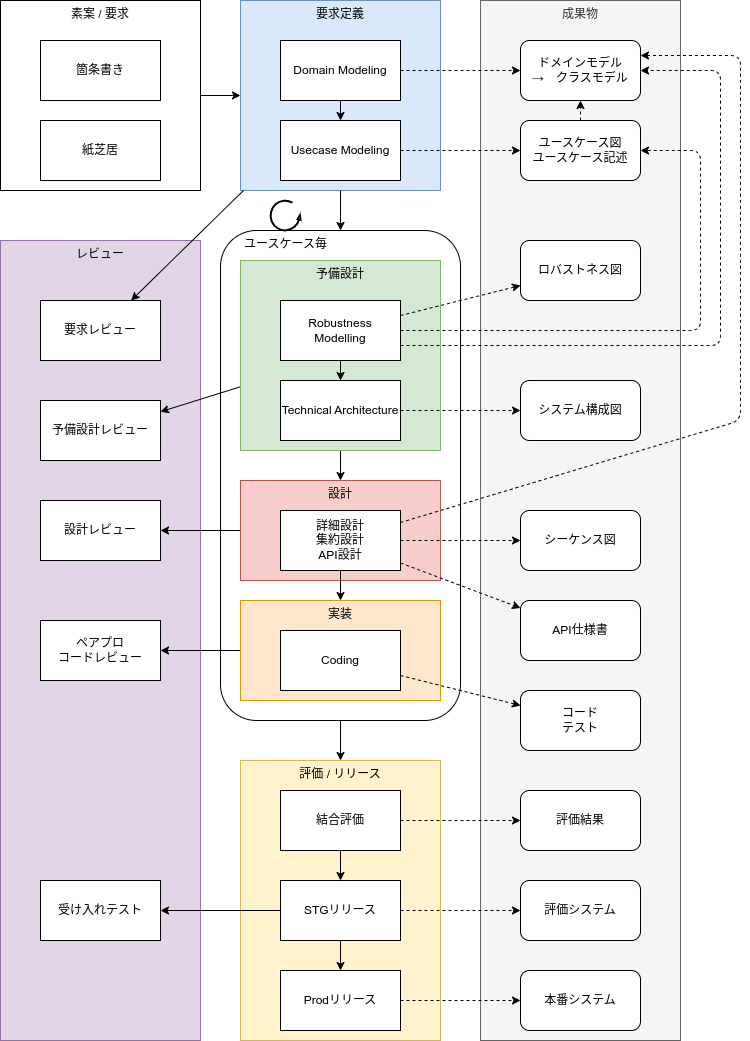
Before: docs/volume/docs/02-iconix/development-strategy-overview.dio.png, a diagram exported from draw.io (ShunsukeNONOMURA/nuxt3-master). Source tidied: cells renumbered, new cells last; positions are measured from the earlier drawing's top-left corner, leaving out a move shared by most shapes.
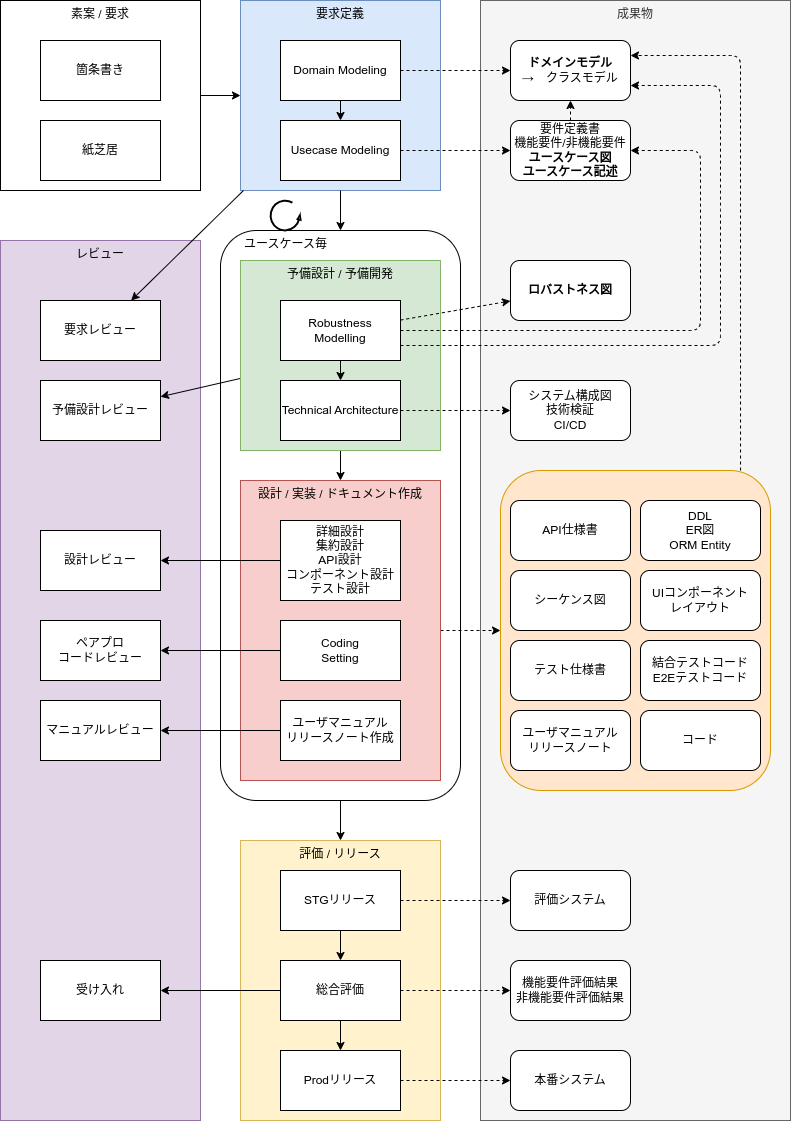
Later version of the same file.

What changed in the source:
```diff
@@ -2,46 +2,49 @@
   <root>
     <mxCell id="0" />
     <mxCell id="1" parent="0" />
+    <mxCell id="10" value="成果物" style="rounded=0;whiteSpace=wrap;html=1;verticalAlign=top;fillColor=#f5f5f5;fontColor=#333333;strokeColor=#666666;" parent="1" vertex="1">
+      <mxGeometry x="480" width="310" height="1120" as="geometry" />
+    </mxCell>
+    <mxCell id="66" style="rounded=1;whiteSpace=wrap;html=1;verticalAlign=top;fillColor=#ffe6cc;strokeColor=#d79b00;" parent="1" vertex="1">
+      <mxGeometry x="500" y="470" width="270" height="320" as="geometry" />
+    </mxCell>
+    <mxCell id="5" style="rounded=1;whiteSpace=wrap;html=1;" parent="1" vertex="1">
+      <mxGeometry x="220" y="230" width="240" height="570" as="geometry" />
+    </mxCell>
+    <mxCell id="67" style="edgeStyle=none;html=1;dashed=1;fontColor=default;" parent="1" edge="1" source="12" target="66">
+      <mxGeometry relative="1" as="geometry" />
+    </mxCell>
+    <mxCell id="12" value="設計 / 実装 / ドキュメント作成" style="rounded=0;whiteSpace=wrap;html=1;verticalAlign=top;fillColor=#f8cecc;strokeColor=#b85450;" parent="1" vertex="1">
+      <mxGeometry x="240" y="480" width="200" height="300" as="geometry" />
+    </mxCell>
     <mxCell id="2" value="評価 / リリース" style="rounded=0;whiteSpace=wrap;html=1;verticalAlign=top;fillColor=#fff2cc;strokeColor=#d6b656;" parent="1" vertex="1">
-      <mxGeometry x="240" y="760" width="200" height="280" as="geometry" />
+      <mxGeometry x="240" y="840" width="200" height="280" as="geometry" />
     </mxCell>
     <mxCell id="3" value="レビュー" style="rounded=0;whiteSpace=wrap;html=1;verticalAlign=top;fillColor=#e1d5e7;strokeColor=#9673a6;" parent="1" vertex="1">
-      <mxGeometry y="240" width="200" height="800" as="geometry" />
+      <mxGeometry y="240" width="200" height="880" as="geometry" />
     </mxCell>
     <mxCell id="4" style="edgeStyle=none;hachureGap=4;html=1;fontFamily=Architects Daughter;fontSource=https%3A%2F%2Ffonts.googleapis.com%2Fcss%3Ffamily%3DArchitects%2BDaughter;fontSize=16;" parent="1" edge="1" source="5" target="2">
       <mxGeometry relative="1" as="geometry" />
     </mxCell>
-    <mxCell id="5" style="rounded=1;whiteSpace=wrap;html=1;" parent="1" vertex="1">
-      <mxGeometry x="220" y="230" width="240" height="490" as="geometry" />
-    </mxCell>
-    <mxCell id="6" style="edgeStyle=none;html=1;startArrow=none;startFill=0;" parent="1" edge="1" source="7" target="46">
+    <mxCell id="6" style="edgeStyle=none;html=1;startArrow=none;startFill=0;" parent="1" edge="1" source="31" target="46">
       <mxGeometry relative="1" as="geometry" />
     </mxCell>
-    <mxCell id="7" value="実装" style="rounded=0;whiteSpace=wrap;html=1;verticalAlign=top;fillColor=#ffe6cc;strokeColor=#d79b00;" parent="1" vertex="1">
-      <mxGeometry x="240" y="600" width="200" height="100" as="geometry" />
-    </mxCell>
     <mxCell id="8" style="edgeStyle=none;html=1;exitX=1;exitY=0.5;exitDx=0;exitDy=0;entryX=0;entryY=0.5;entryDx=0;entryDy=0;" parent="1" edge="1" source="9" target="16">
       <mxGeometry relative="1" as="geometry" />
     </mxCell>
     <mxCell id="9" value="素案 / 要求" style="rounded=0;whiteSpace=wrap;html=1;verticalAlign=top;" parent="1" vertex="1">
       <mxGeometry width="200" height="190" as="geometry" />
     </mxCell>
-    <mxCell id="10" value="成果物" style="rounded=0;whiteSpace=wrap;html=1;verticalAlign=top;fillColor=#f5f5f5;fontColor=#333333;strokeColor=#666666;" parent="1" vertex="1">
-      <mxGeometry x="480" width="200" height="1040" as="geometry" />
-    </mxCell>
-    <mxCell id="11" style="edgeStyle=none;html=1;startArrow=none;startFill=0;" parent="1" edge="1" source="12" target="44">
+    <mxCell id="11" style="edgeStyle=none;html=1;startArrow=none;startFill=0;" parent="1" edge="1" source="39" target="44">
       <mxGeometry relative="1" as="geometry" />
     </mxCell>
-    <mxCell id="12" value="設計" style="rounded=0;whiteSpace=wrap;html=1;verticalAlign=top;fillColor=#f8cecc;strokeColor=#b85450;" parent="1" vertex="1">
-      <mxGeometry x="240" y="480" width="200" height="100" as="geometry" />
-    </mxCell>
     <mxCell id="13" style="edgeStyle=none;html=1;" parent="1" edge="1" source="15" target="12">
       <mxGeometry relative="1" as="geometry" />
     </mxCell>
     <mxCell id="14" style="edgeStyle=none;html=1;startArrow=none;startFill=0;" parent="1" edge="1" source="15" target="43">
       <mxGeometry relative="1" as="geometry" />
     </mxCell>
-    <mxCell id="15" value="予備設計" style="rounded=0;whiteSpace=wrap;html=1;verticalAlign=top;fillColor=#d5e8d4;strokeColor=#82b366;" parent="1" vertex="1">
+    <mxCell id="15" value="予備設計 / 予備開発" style="rounded=0;whiteSpace=wrap;html=1;verticalAlign=top;fillColor=#d5e8d4;strokeColor=#82b366;" parent="1" vertex="1">
       <mxGeometry x="240" y="260" width="200" height="190" as="geometry" />
     </mxCell>
     <mxCell id="16" value="要求定義" style="rounded=0;whiteSpace=wrap;html=1;verticalAlign=top;fillColor=#dae8fc;strokeColor=#6c8ebf;" parent="1" vertex="1">
@@ -82,12 +85,12 @@
         </Array>
       </mxGeometry>
     </mxCell>
-    <mxCell id="26" style="edgeStyle=none;html=1;exitX=1;exitY=0.75;exitDx=0;exitDy=0;dashed=1;" parent="1" edge="1" source="27" target="32">
+    <mxCell id="26" style="edgeStyle=none;html=1;exitX=1;exitY=0.75;exitDx=0;exitDy=0;dashed=1;entryX=1;entryY=0.75;entryDx=0;entryDy=0;" parent="1" edge="1" source="27" target="32">
       <mxGeometry relative="1" as="geometry">
         <Array as="points">
           <mxPoint x="720" y="345" />
           <mxPoint x="720" y="200" />
-          <mxPoint x="720" y="70" />
+          <mxPoint x="720" y="85" />
         </Array>
       </mxGeometry>
     </mxCell>
@@ -100,40 +103,29 @@
     <mxCell id="29" value="Technical Architecture" style="rounded=0;whiteSpace=wrap;html=1;" parent="1" vertex="1">
       <mxGeometry x="280" y="380" width="120" height="60" as="geometry" />
     </mxCell>
-    <mxCell id="30" style="edgeStyle=none;html=1;dashed=1;" parent="1" edge="1" source="31" target="40">
-      <mxGeometry relative="1" as="geometry" />
-    </mxCell>
-    <mxCell id="31" value="Coding" style="rounded=0;whiteSpace=wrap;html=1;" parent="1" vertex="1">
-      <mxGeometry x="280" y="630" width="120" height="60" as="geometry" />
+    <mxCell id="31" value="Coding&lt;br&gt;Setting" style="rounded=0;whiteSpace=wrap;html=1;" parent="1" vertex="1">
+      <mxGeometry x="280" y="620" width="120" height="60" as="geometry" />
     </mxCell>
-    <mxCell id="32" value="ドメインモデル&lt;br&gt;→　クラスモデル" style="rounded=1;whiteSpace=wrap;html=1;" parent="1" vertex="1">
-      <mxGeometry x="520" y="40" width="120" height="60" as="geometry" />
+    <mxCell id="32" value="&lt;b&gt;ドメインモデル&lt;/b&gt;&lt;br&gt;→　クラスモデル" style="rounded=1;whiteSpace=wrap;html=1;" parent="1" vertex="1">
+      <mxGeometry x="510" y="40" width="120" height="60" as="geometry" />
     </mxCell>
     <mxCell id="33" style="edgeStyle=none;html=1;exitX=0.5;exitY=0;exitDx=0;exitDy=0;dashed=1;" parent="1" edge="1" source="34" target="32">
       <mxGeometry relative="1" as="geometry" />
     </mxCell>
-    <mxCell id="34" value="ユースケース図&lt;br&gt;ユースケース記述" style="rounded=1;whiteSpace=wrap;html=1;" parent="1" vertex="1">
-      <mxGeometry x="520" y="120" width="120" height="60" as="geometry" />
+    <mxCell id="34" value="要件定義書&lt;br&gt;機能要件/非機能要件&lt;br&gt;&lt;b&gt;ユースケース図&lt;br&gt;ユースケース記述&lt;/b&gt;" style="rounded=1;whiteSpace=wrap;html=1;" parent="1" vertex="1">
+      <mxGeometry x="510" y="120" width="120" height="60" as="geometry" />
     </mxCell>
-    <mxCell id="35" value="ロバストネス図" style="rounded=1;whiteSpace=wrap;html=1;" parent="1" vertex="1">
-      <mxGeometry x="520" y="240" width="120" height="60" as="geometry" />
+    <mxCell id="35" value="&lt;b&gt;ロバストネス図&lt;/b&gt;" style="rounded=1;whiteSpace=wrap;html=1;" parent="1" vertex="1">
+      <mxGeometry x="510" y="260" width="120" height="60" as="geometry" />
     </mxCell>
     <mxCell id="36" value="シーケンス図" style="rounded=1;whiteSpace=wrap;html=1;" parent="1" vertex="1">
-      <mxGeometry x="520" y="510" width="120" height="60" as="geometry" />
+      <mxGeometry x="510" y="570" width="120" height="60" as="geometry" />
     </mxCell>
-    <mxCell id="37" style="edgeStyle=none;html=1;entryX=0.5;entryY=0;entryDx=0;entryDy=0;" parent="1" edge="1" target="7">
-      <mxGeometry relative="1" as="geometry">
-        <mxPoint x="340" y="570" as="sourcePoint" />
-      </mxGeometry>
-    </mxCell>
-    <mxCell id="38" style="edgeStyle=none;html=1;dashed=1;" parent="1" edge="1" source="39" target="36">
-      <mxGeometry relative="1" as="geometry" />
-    </mxCell>
-    <mxCell id="39" value="詳細設計&lt;br&gt;集約設計&lt;br&gt;API設計" style="rounded=0;whiteSpace=wrap;html=1;" parent="1" vertex="1">
-      <mxGeometry x="280" y="510" width="120" height="60" as="geometry" />
+    <mxCell id="39" value="詳細設計&lt;br&gt;集約設計&lt;br&gt;API設計&lt;br&gt;コンポーネント設計&lt;br&gt;テスト設計" style="rounded=0;whiteSpace=wrap;html=1;" parent="1" vertex="1">
+      <mxGeometry x="280" y="520" width="120" height="80" as="geometry" />
     </mxCell>
-    <mxCell id="40" value="コード&lt;br&gt;テスト" style="rounded=1;whiteSpace=wrap;html=1;" parent="1" vertex="1">
-      <mxGeometry x="520" y="690" width="120" height="60" as="geometry" />
+    <mxCell id="40" value="結合テストコード&lt;br&gt;E2Eテストコード" style="rounded=1;whiteSpace=wrap;html=1;" parent="1" vertex="1">
+      <mxGeometry x="640" y="640" width="120" height="60" as="geometry" />
     </mxCell>
     <mxCell id="41" value="紙芝居" style="rounded=0;whiteSpace=wrap;html=1;" parent="1" vertex="1">
       <mxGeometry x="40" y="120" width="120" height="60" as="geometry" />
@@ -142,25 +134,16 @@
       <mxGeometry x="270" y="200" width="30" height="30" as="geometry" />
     </mxCell>
     <mxCell id="43" value="予備設計レビュー" style="rounded=0;whiteSpace=wrap;html=1;" parent="1" vertex="1">
-      <mxGeometry x="40" y="400" width="120" height="60" as="geometry" />
+      <mxGeometry x="40" y="380" width="120" height="60" as="geometry" />
     </mxCell>
     <mxCell id="44" value="設計レビュー" style="rounded=0;whiteSpace=wrap;html=1;" parent="1" vertex="1">
-      <mxGeometry x="40" y="500" width="120" height="60" as="geometry" />
+      <mxGeometry x="40" y="530" width="120" height="60" as="geometry" />
     </mxCell>
-    <mxCell id="45" style="edgeStyle=none;html=1;dashed=1;entryX=1;entryY=0.25;entryDx=0;entryDy=0;" parent="1" edge="1" source="39" target="32">
-      <mxGeometry relative="1" as="geometry">
-        <Array as="points">
-          <mxPoint x="740" y="420" />
-          <mxPoint x="740" y="250" />
-          <mxPoint x="740" y="55" />
-        </Array>
-      </mxGeometry>
-    </mxCell>
     <mxCell id="46" value="ペアプロ&lt;br&gt;コードレビュー" style="rounded=0;whiteSpace=wrap;html=1;" parent="1" vertex="1">
       <mxGeometry x="40" y="620" width="120" height="60" as="geometry" />
     </mxCell>
-    <mxCell id="47" value="システム構成図" style="rounded=1;whiteSpace=wrap;html=1;" parent="1" vertex="1">
-      <mxGeometry x="520" y="380" width="120" height="60" as="geometry" />
+    <mxCell id="47" value="システム構成図&lt;br&gt;技術検証&lt;br&gt;CI/CD" style="rounded=1;whiteSpace=wrap;html=1;" parent="1" vertex="1">
+      <mxGeometry x="510" y="380" width="120" height="60" as="geometry" />
     </mxCell>
     <mxCell id="48" value="箇条書き" style="rounded=0;whiteSpace=wrap;html=1;" parent="1" vertex="1">
       <mxGeometry x="40" y="40" width="120" height="60" as="geometry" />
@@ -172,11 +155,8 @@
       <mxGeometry relative="1" as="geometry" />
     </mxCell>
     <mxCell id="51" value="API仕様書" style="rounded=1;whiteSpace=wrap;html=1;" parent="1" vertex="1">
-      <mxGeometry x="520" y="600" width="120" height="60" as="geometry" />
+      <mxGeometry x="510" y="500" width="120" height="60" as="geometry" />
     </mxCell>
-    <mxCell id="52" style="edgeStyle=none;html=1;dashed=1;" parent="1" edge="1" source="39" target="51">
-      <mxGeometry relative="1" as="geometry" />
-    </mxCell>
     <mxCell id="53" style="edgeStyle=none;hachureGap=4;html=1;fontFamily=Architects Daughter;fontSource=https%3A%2F%2Ffonts.googleapis.com%2Fcss%3Ffamily%3DArchitects%2BDaughter;fontSize=16;" parent="1" edge="1" source="63" target="56">
       <mxGeometry relative="1" as="geometry" />
     </mxCell>
@@ -184,37 +164,68 @@
       <mxGeometry relative="1" as="geometry" />
     </mxCell>
     <mxCell id="55" value="本番システム" style="rounded=1;whiteSpace=wrap;html=1;" parent="1" vertex="1">
-      <mxGeometry x="520" y="970" width="120" height="60" as="geometry" />
+      <mxGeometry x="510" y="1050" width="120" height="60" as="geometry" />
     </mxCell>
-    <mxCell id="56" value="受け入れテスト" style="rounded=0;whiteSpace=wrap;html=1;" parent="1" vertex="1">
-      <mxGeometry x="40" y="880" width="120" height="60" as="geometry" />
+    <mxCell id="56" value="受け入れ" style="rounded=0;whiteSpace=wrap;html=1;" parent="1" vertex="1">
+      <mxGeometry x="40" y="960" width="120" height="60" as="geometry" />
     </mxCell>
     <mxCell id="57" style="edgeStyle=none;html=1;" parent="1" edge="1" source="58" target="63">
       <mxGeometry relative="1" as="geometry" />
     </mxCell>
-    <mxCell id="58" value="結合評価" style="rounded=0;whiteSpace=wrap;html=1;" parent="1" vertex="1">
-      <mxGeometry x="280" y="790" width="120" height="60" as="geometry" />
+    <mxCell id="58" value="STGリリース" style="rounded=0;whiteSpace=wrap;html=1;" parent="1" vertex="1">
+      <mxGeometry x="280" y="870" width="120" height="60" as="geometry" />
     </mxCell>
-    <mxCell id="59" value="評価結果" style="rounded=1;whiteSpace=wrap;html=1;" parent="1" vertex="1">
-      <mxGeometry x="520" y="790" width="120" height="60" as="geometry" />
+    <mxCell id="59" value="機能要件評価結果&lt;br&gt;非機能要件評価結果" style="rounded=1;whiteSpace=wrap;html=1;" parent="1" vertex="1">
+      <mxGeometry x="510" y="960" width="120" height="60" as="geometry" />
     </mxCell>
-    <mxCell id="60" style="edgeStyle=none;hachureGap=4;html=1;fontFamily=Architects Daughter;fontSource=https%3A%2F%2Ffonts.googleapis.com%2Fcss%3Ffamily%3DArchitects%2BDaughter;fontSize=16;dashed=1;" parent="1" edge="1" source="58" target="59">
+    <mxCell id="60" style="edgeStyle=none;hachureGap=4;html=1;fontFamily=Architects Daughter;fontSource=https%3A%2F%2Ffonts.googleapis.com%2Fcss%3Ffamily%3DArchitects%2BDaughter;fontSize=16;dashed=1;" parent="1" edge="1" source="63" target="59">
       <mxGeometry relative="1" as="geometry" />
     </mxCell>
-    <mxCell id="61" style="edgeStyle=none;html=1;dashed=1;" parent="1" edge="1" source="63" target="65">
+    <mxCell id="61" style="edgeStyle=none;html=1;dashed=1;" parent="1" edge="1" source="58" target="65">
       <mxGeometry relative="1" as="geometry" />
     </mxCell>
     <mxCell id="62" style="edgeStyle=none;html=1;" parent="1" edge="1" source="63" target="64">
       <mxGeometry relative="1" as="geometry" />
     </mxCell>
-    <mxCell id="63" value="STGリリース" style="rounded=0;whiteSpace=wrap;html=1;" parent="1" vertex="1">
-      <mxGeometry x="280" y="880" width="120" height="60" as="geometry" />
+    <mxCell id="63" value="総合評価" style="rounded=0;whiteSpace=wrap;html=1;" parent="1" vertex="1">
+      <mxGeometry x="280" y="960" width="120" height="60" as="geometry" />
     </mxCell>
     <mxCell id="64" value="Prodリリース" style="rounded=0;whiteSpace=wrap;html=1;" parent="1" vertex="1">
-      <mxGeometry x="280" y="970" width="120" height="60" as="geometry" />
+      <mxGeometry x="280" y="1050" width="120" height="60" as="geometry" />
     </mxCell>
     <mxCell id="65" value="評価システム" style="rounded=1;whiteSpace=wrap;html=1;" parent="1" vertex="1">
-      <mxGeometry x="520" y="880" width="120" height="60" as="geometry" />
+      <mxGeometry x="510" y="870" width="120" height="60" as="geometry" />
     </mxCell>
+    <mxCell id="68" value="テスト仕様書" style="rounded=1;whiteSpace=wrap;html=1;" parent="1" vertex="1">
+      <mxGeometry x="510" y="640" width="120" height="60" as="geometry" />
+    </mxCell>
+    <mxCell id="69" style="edgeStyle=none;html=1;fontColor=default;" parent="1" edge="1" source="70" target="71">
+      <mxGeometry relative="1" as="geometry" />
+    </mxCell>
+    <mxCell id="70" value="ユーザマニュアル&lt;br&gt;リリースノート作成" style="rounded=0;whiteSpace=wrap;html=1;" parent="1" vertex="1">
+      <mxGeometry x="280" y="700" width="120" height="60" as="geometry" />
+    </mxCell>
+    <mxCell id="71" value="マニュアルレビュー" style="rounded=0;whiteSpace=wrap;html=1;" parent="1" vertex="1">
+      <mxGeometry x="40" y="700" width="120" height="60" as="geometry" />
+    </mxCell>
+    <mxCell id="72" value="ユーザマニュアル&lt;br&gt;リリースノート" style="rounded=1;whiteSpace=wrap;html=1;" parent="1" vertex="1">
+      <mxGeometry x="510" y="710" width="120" height="60" as="geometry" />
+    </mxCell>
+    <mxCell id="73" style="edgeStyle=none;html=1;entryX=1;entryY=0.25;entryDx=0;entryDy=0;dashed=1;fontColor=default;exitX=0.889;exitY=0;exitDx=0;exitDy=0;exitPerimeter=0;" parent="1" edge="1" source="66" target="32">
+      <mxGeometry relative="1" as="geometry">
+        <Array as="points">
+          <mxPoint x="740" y="55" />
+        </Array>
+      </mxGeometry>
+    </mxCell>
+    <mxCell id="74" value="DDL&lt;br&gt;ER図&lt;br&gt;ORM Entity" style="rounded=1;whiteSpace=wrap;html=1;" parent="1" vertex="1">
+      <mxGeometry x="640" y="500" width="120" height="60" as="geometry" />
+    </mxCell>
+    <mxCell id="75" value="コード" style="rounded=1;whiteSpace=wrap;html=1;" parent="1" vertex="1">
+      <mxGeometry x="640" y="710" width="120" height="60" as="geometry" />
+    </mxCell>
+    <mxCell id="76" value="UIコンポーネント&lt;br&gt;レイアウト" style="rounded=1;whiteSpace=wrap;html=1;" parent="1" vertex="1">
+      <mxGeometry x="640" y="570" width="120" height="60" as="geometry" />
+    </mxCell>
   </root>
 </mxGraphModel>
```
